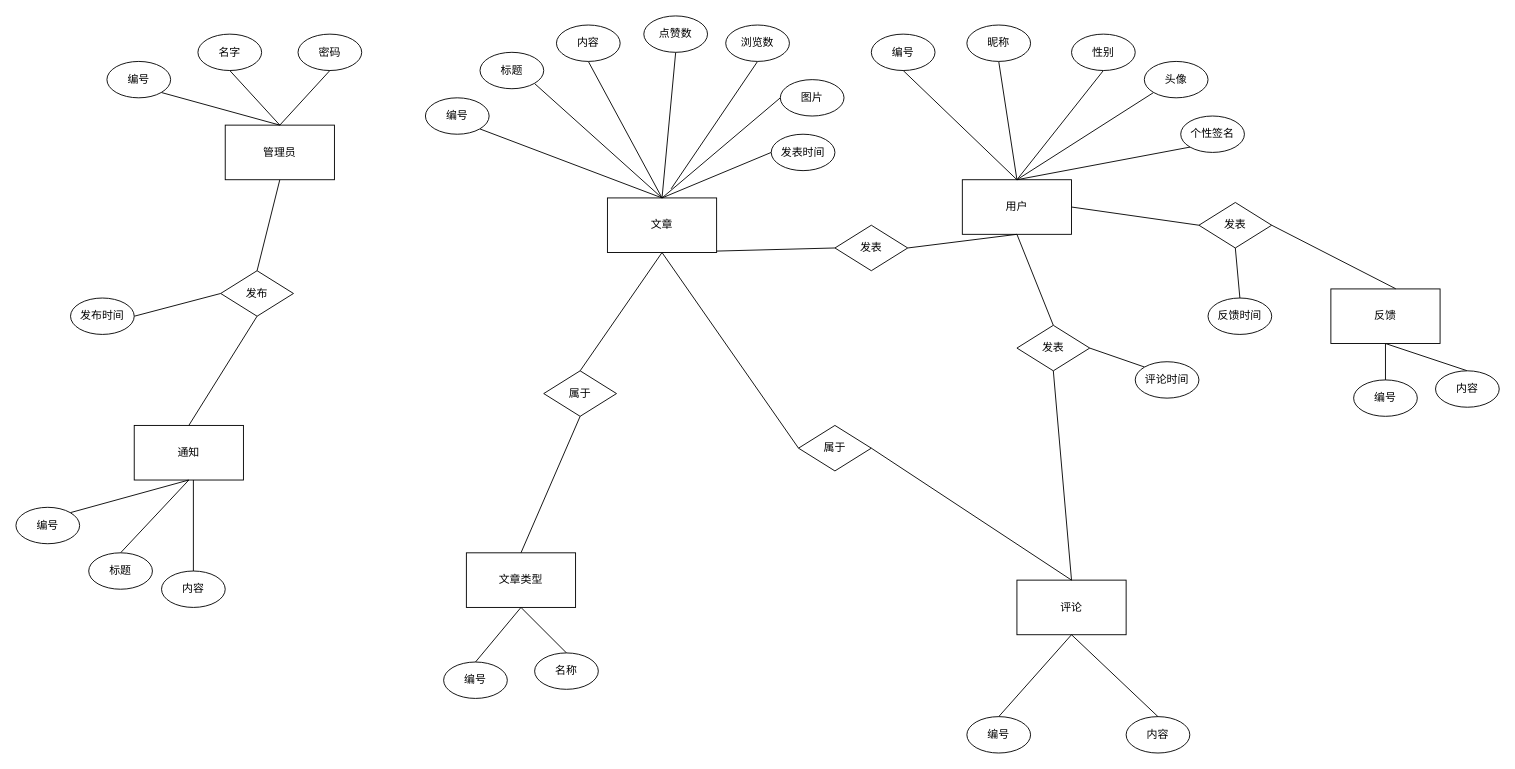
Above: Untitled Diagram.drawio in SixteenTime/aboutSome (draw.io), before the change. Source tidied: cells renumbered, new cells numbered last; positions are measured from the earlier drawing's top-left corner, leaving out a move shared by most shapes. Both pictures are drawn from the tidied source at 91%, with x=0, y=0 at pixel (15, 15).
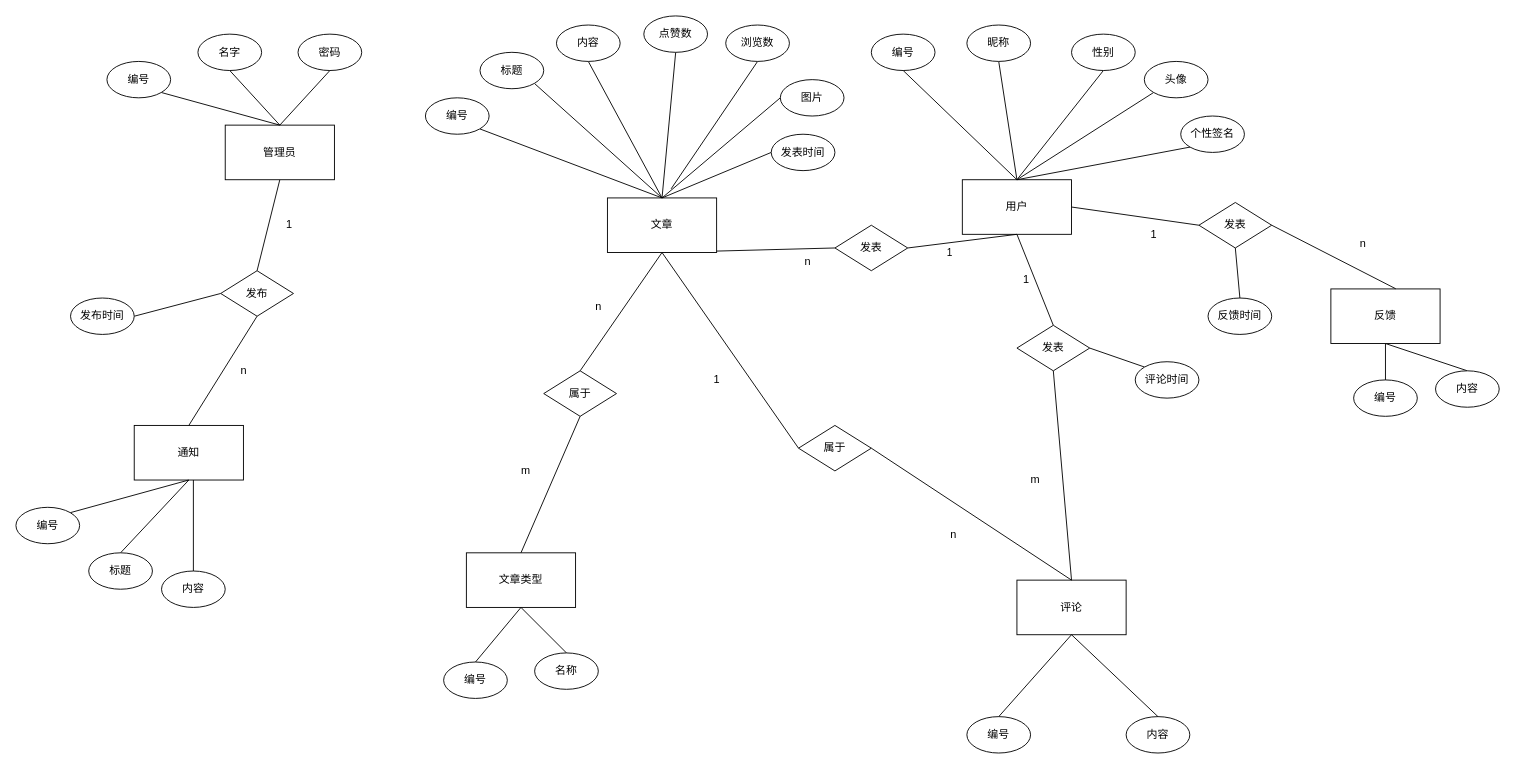
The same diagram, later.

The change refers to these unchanged cells:
```xml
<mxCell id="66" style="edgeStyle=none;rounded=0;jettySize=auto;html=1;exitX=1;exitY=0.5;exitDx=0;exitDy=0;endArrow=none;endFill=0;entryX=0.5;entryY=1;entryDx=0;entryDy=0;" parent="1" edge="1" source="67" target="6">
  <mxGeometry relative="1" as="geometry" />
</mxCell>
```

The edit, as a diff of the source:
```diff
@@
+    <mxCell id="81" value="1" style="edgeLabel;html=1;align=center;verticalAlign=middle;" parent="66" vertex="1">
+      <mxGeometry x="-0.26" y="-10" relative="1" as="geometry" />
+    </mxCell>
@@
+    <mxCell id="82" value="1" style="text;html=1;align=center;verticalAlign=middle;" parent="1" vertex="1">
+      <mxGeometry x="290" y="220" width="20" height="20" as="geometry" />
+    </mxCell>
+    <mxCell id="83" value="n" style="text;html=1;align=center;verticalAlign=middle;" parent="1" vertex="1">
+      <mxGeometry x="240" y="380" width="20" height="20" as="geometry" />
+    </mxCell>
+    <mxCell id="84" value="n" style="text;html=1;align=center;verticalAlign=middle;" parent="1" vertex="1">
+      <mxGeometry x="630" y="310" width="20" height="20" as="geometry" />
+    </mxCell>
+    <mxCell id="85" value="m" style="text;html=1;align=center;verticalAlign=middle;" parent="1" vertex="1">
+      <mxGeometry x="545" y="490" width="30" height="20" as="geometry" />
+    </mxCell>
+    <mxCell id="86" value="1" style="text;html=1;align=center;verticalAlign=middle;" parent="1" vertex="1">
+      <mxGeometry x="760" y="390" width="20" height="20" as="geometry" />
+    </mxCell>
+    <mxCell id="87" value="n" style="text;html=1;align=center;verticalAlign=middle;" parent="1" vertex="1">
+      <mxGeometry x="1020" y="560" width="20" height="20" as="geometry" />
+    </mxCell>
+    <mxCell id="88" value="1" style="text;html=1;align=center;verticalAlign=middle;" parent="1" vertex="1">
+      <mxGeometry x="1100" y="280" width="20" height="20" as="geometry" />
+    </mxCell>
+    <mxCell id="89" value="m" style="text;html=1;align=center;verticalAlign=middle;" parent="1" vertex="1">
+      <mxGeometry x="1105" y="500" width="30" height="20" as="geometry" />
+    </mxCell>
+    <mxCell id="90" value="n" style="text;html=1;align=center;verticalAlign=middle;" parent="1" vertex="1">
+      <mxGeometry x="860" y="260" width="20" height="20" as="geometry" />
+    </mxCell>
+    <mxCell id="91" value="1" style="text;html=1;align=center;verticalAlign=middle;" parent="1" vertex="1">
+      <mxGeometry x="1240" y="230" width="20" height="20" as="geometry" />
+    </mxCell>
+    <mxCell id="92" value="n" style="text;html=1;align=center;verticalAlign=middle;" parent="1" vertex="1">
+      <mxGeometry x="1470" y="240" width="20" height="20" as="geometry" />
+    </mxCell>
```
